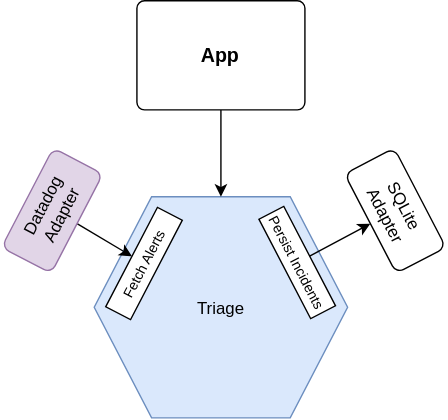
Before: docs/diagrams/triage.drawio.svg, a diagram exported from draw.io (EduardoFLima/alert-triage). Source tidied: cells renumbered, new cells last; positions are measured from the earlier drawing's top-left corner, leaving out a move shared by most shapes.
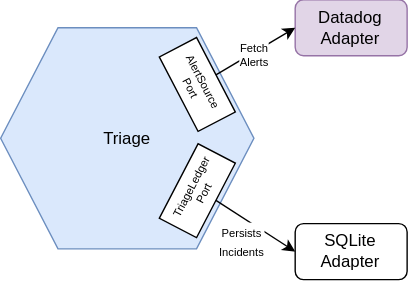
Above is the later version.

The edit, as a diff of the source:
```diff
@@ -3,31 +3,28 @@
     <mxCell id="0" />
     <mxCell id="1" parent="0" />
     <mxCell id="2" value="Triage" style="shape=hexagon;perimeter=hexagonPerimeter2;whiteSpace=wrap;html=1;shapeInside=1;fixedSize=1;size=41;fillColor=#dae8fc;strokeColor=#6c8ebf;" parent="1" vertex="1">
-      <mxGeometry x="70" y="140" width="181" height="158" as="geometry" />
+      <mxGeometry x="-42" y="140" width="181" height="158" as="geometry" />
     </mxCell>
-    <mxCell id="3" style="rounded=0;jettySize=auto;html=1;exitX=0.5;exitY=1;exitDx=0;exitDy=0;" parent="1" edge="1" source="5" target="4">
-      <mxGeometry relative="1" as="geometry" />
+    <mxCell id="3" value="TriageLedger&lt;br&gt;Port" style="rounded=1;whiteSpace=wrap;html=1;arcSize=0;rotation=297.5;fontSize=8;" parent="1" vertex="1">
+      <mxGeometry x="68.6" y="241.4" width="60" height="30" as="geometry" />
     </mxCell>
-    <mxCell id="4" value="Fetch Alerts" style="rounded=1;whiteSpace=wrap;html=1;arcSize=0;rotation=297.5;fontSize=10;" parent="1" vertex="1">
-      <mxGeometry x="65.6" y="177.7" width="80" height="20" as="geometry" />
+    <mxCell id="4" value="Datadog Adapter" style="rounded=1;whiteSpace=wrap;html=1;rotation=0;fillColor=#e1d5e7;strokeColor=#9673a6;" parent="1" vertex="1">
+      <mxGeometry x="168.5" y="120" width="80" height="40" as="geometry" />
     </mxCell>
-    <mxCell id="5" value="Datadog Adapter" style="rounded=1;whiteSpace=wrap;html=1;rotation=297.5;fillColor=#e1d5e7;strokeColor=#9673a6;" parent="1" vertex="1">
-      <mxGeometry y="130" width="80" height="40" as="geometry" />
+    <mxCell id="5" style="rounded=0;jettySize=auto;html=1;entryX=0;entryY=0.5;entryDx=0;entryDy=0;exitX=0.5;exitY=0;exitDx=0;exitDy=0;" parent="1" edge="1" source="7" target="4">
+      <mxGeometry relative="1" as="geometry" />
     </mxCell>
-    <mxCell id="6" value="Persist Incidents" style="rounded=1;whiteSpace=wrap;html=1;arcSize=0;rotation=62.5;fontSize=10;" parent="1" vertex="1">
-      <mxGeometry x="175" y="177" width="80" height="20" as="geometry" />
+    <mxCell id="6" value="Fetch&lt;br&gt;Alerts" style="edgeLabel;html=1;align=center;verticalAlign=middle;points=[];fontSize=8;" parent="5" vertex="1">
+      <mxGeometry x="-0.08" y="-1" relative="1" as="geometry" />
     </mxCell>
-    <mxCell id="7" value="SQLite Adapter" style="rounded=1;whiteSpace=wrap;html=1;rotation=62.5;" parent="1" vertex="1">
-      <mxGeometry x="245" y="130" width="80" height="40" as="geometry" />
+    <mxCell id="7" value="AlertSource&lt;br&gt;Port" style="rounded=1;whiteSpace=wrap;html=1;arcSize=0;rotation=62.5;fontSize=8;" parent="1" vertex="1">
+      <mxGeometry x="68.6" y="165.6" width="60" height="30" as="geometry" />
     </mxCell>
-    <mxCell id="8" style="rounded=0;jettySize=auto;html=1;exitX=0.5;exitY=0;exitDx=0;exitDy=0;entryX=0.5;entryY=1;entryDx=0;entryDy=0;" parent="1" edge="1" source="6" target="7">
-      <mxGeometry relative="1" as="geometry" />
+    <mxCell id="8" value="SQLite Adapter" style="rounded=1;whiteSpace=wrap;html=1;rotation=0;" parent="1" vertex="1">
+      <mxGeometry x="168.5" y="280" width="80" height="40" as="geometry" />
     </mxCell>
-    <mxCell id="9" style="edgeStyle=orthogonalEdgeStyle;rounded=0;jettySize=auto;html=1;entryX=0.5;entryY=0;entryDx=0;entryDy=0;" parent="1" edge="1" source="10" target="2">
-      <mxGeometry relative="1" as="geometry" />
+    <mxCell id="9" value="&lt;font style=&quot;font-size: 8px;&quot;&gt;Persists&lt;br&gt;Incidents&lt;/font&gt;" style="rounded=0;jettySize=auto;html=1;entryX=0;entryY=0.5;entryDx=0;entryDy=0;exitX=0.5;exitY=1;exitDx=0;exitDy=0;" parent="1" edge="1" source="3" target="8">
+      <mxGeometry x="-0.08" y="-15" relative="1" as="geometry" />
     </mxCell>
-    <mxCell id="10" value="&lt;span style=&quot;font-size: 14px;&quot;&gt;&lt;b&gt;App&lt;/b&gt;&lt;/span&gt;" style="rounded=1;whiteSpace=wrap;html=1;arcSize=7;" parent="1" vertex="1">
-      <mxGeometry x="100.5" width="120" height="78" as="geometry" />
-    </mxCell>
   </root>
 </mxGraphModel>
```
